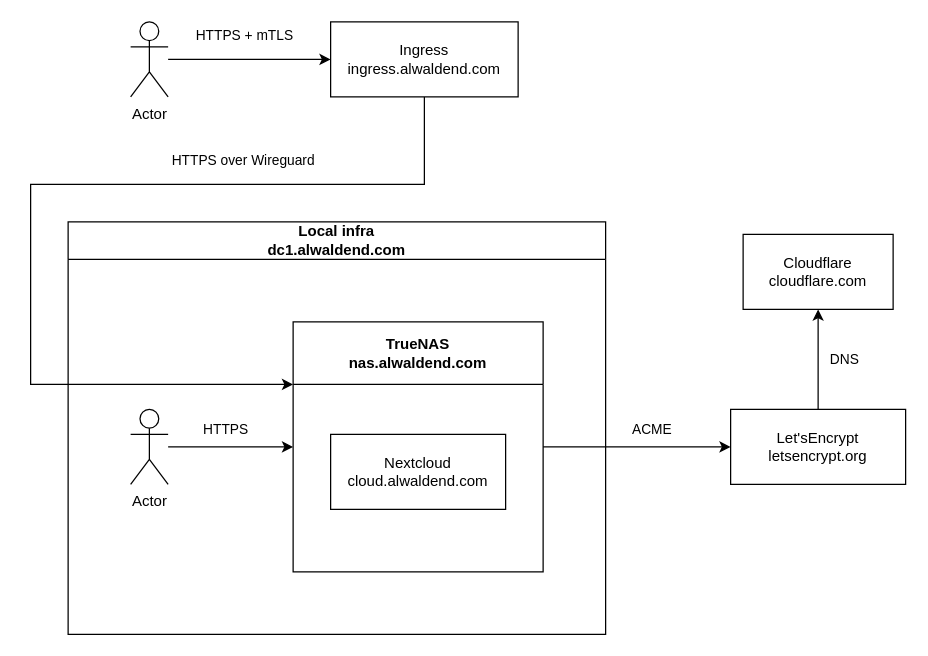
Above: page "Truenas" (10 of 15) of infra/arch/arch.drawio in alwaldend/src (draw.io), before the change. Source tidied: cells renumbered, new cells numbered last; positions are measured from the earlier drawing's top-left corner, leaving out a move shared by most shapes. Both pictures are drawn from the tidied source at 125%, with x=0, y=0 at pixel (30, 21).
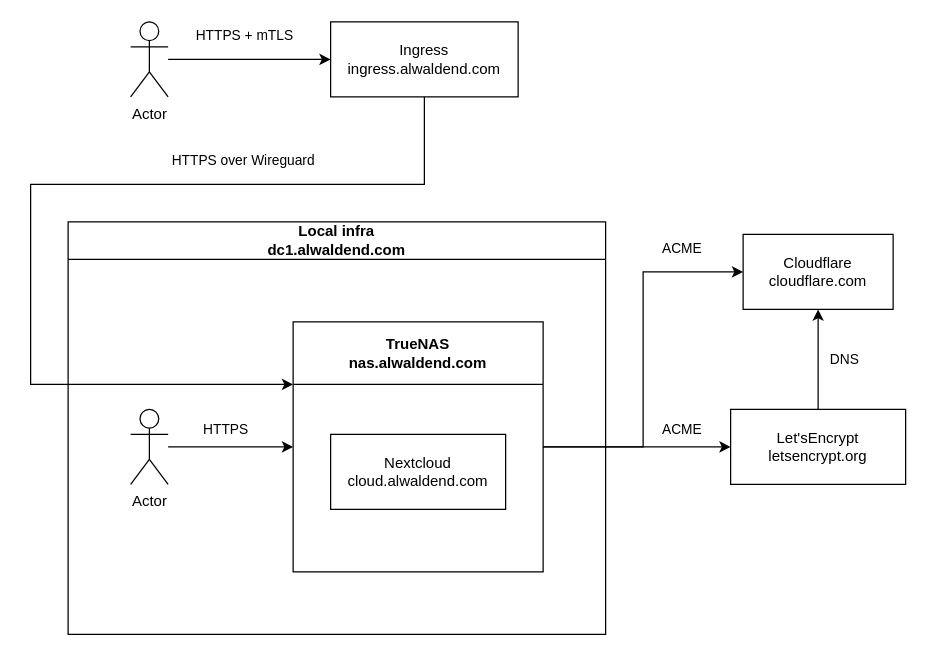
After the change.

Unchanged cells that the change refers to:
```xml
<mxCell id="3" value="&lt;div&gt;TrueNAS&lt;/div&gt;&lt;div&gt;nas.alwaldend.com&lt;/div&gt;" style="swimlane;whiteSpace=wrap;html=1;startSize=50;" parent="2" vertex="1">
  <mxGeometry x="180" y="80" width="200" height="200" as="geometry" />
</mxCell>
<mxCell id="11" style="edgeStyle=orthogonalEdgeStyle;rounded=0;jettySize=auto;html=1;entryX=0;entryY=0.5;entryDx=0;entryDy=0;exitX=1;exitY=0.5;exitDx=0;exitDy=0;" parent="1" edge="1" source="3" target="10">
  <mxGeometry relative="1" as="geometry" />
</mxCell>
<mxCell id="13" value="Cloudflare&lt;div&gt;cloudflare.com&lt;/div&gt;" style="rounded=0;whiteSpace=wrap;html=1;" parent="1" vertex="1">
  <mxGeometry x="570" y="170" width="120" height="60" as="geometry" />
</mxCell>
```

Change to the diagram source:
```diff
@@
     <mxCell id="12" value="ACME" style="edgeLabel;html=1;align=center;verticalAlign=middle;" parent="11" vertex="1">
       <mxGeometry x="0.27" y="-4" relative="1" as="geometry">
-        <mxPoint x="-9" y="-19" as="offset" />
+        <mxPoint x="15" y="-19" as="offset" />
       </mxGeometry>
     </mxCell>
@@
+    <mxCell id="20" style="edgeStyle=orthogonalEdgeStyle;rounded=0;jettySize=auto;html=1;entryX=0;entryY=0.5;entryDx=0;entryDy=0;" parent="1" edge="1" source="3" target="13">
+      <mxGeometry relative="1" as="geometry" />
+    </mxCell>
+    <mxCell id="21" value="ACME" style="edgeLabel;html=1;align=center;verticalAlign=middle;" parent="20" vertex="1">
+      <mxGeometry x="0.15" y="-3" relative="1" as="geometry">
+        <mxPoint x="27" y="-67" as="offset" />
+      </mxGeometry>
+    </mxCell>
```
